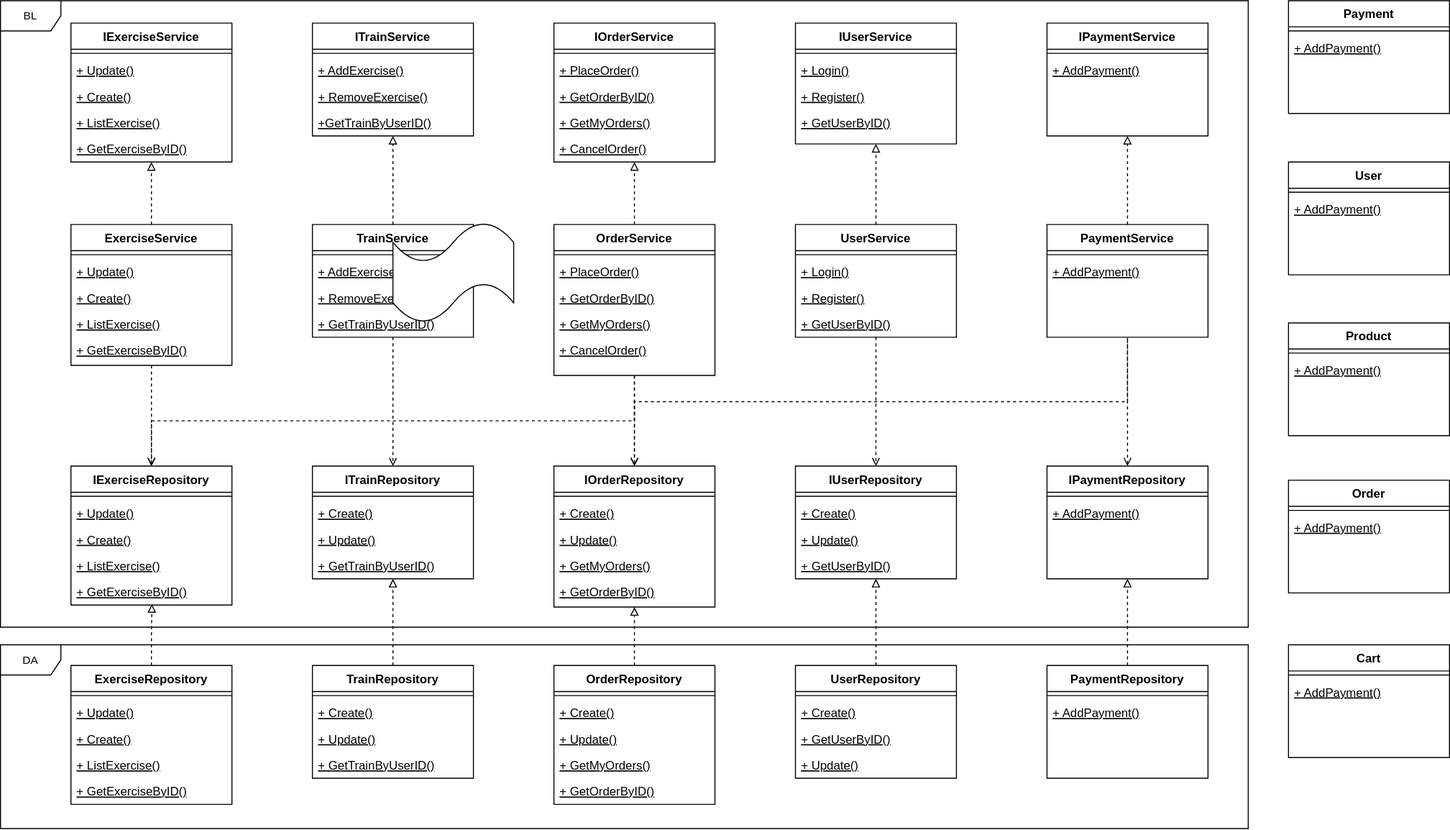
The draw.io diagram schemes/UML.svg in DestroyFolly/SoftwareEngineering, before a commit. Source tidied: cells renumbered, new cells last; positions are measured from the earlier drawing's top-left corner, leaving out a move shared by most shapes.
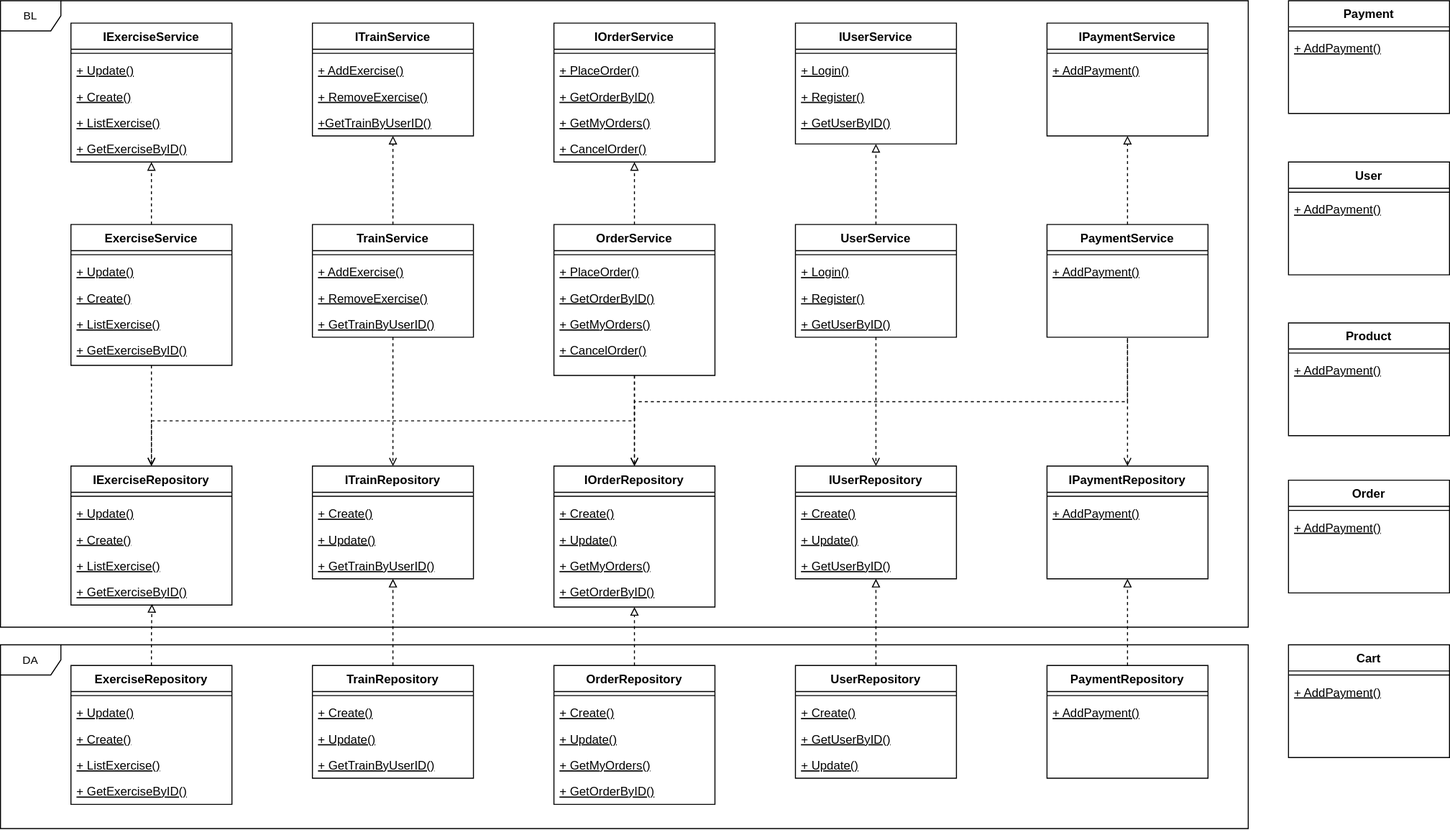
After the change.

What changed in the source:
```diff
@@ -409,8 +409,5 @@
     <mxCell id="136" value="+ AddPayment()" style="text;align=left;verticalAlign=top;spacingLeft=4;spacingRight=4;overflow=hidden;fontStyle=4;" parent="134" vertex="1">
       <mxGeometry y="34" width="160" height="26" as="geometry" />
     </mxCell>
-    <mxCell id="137" style="shape=tape;whiteSpace=wrap;html=1;" parent="1" vertex="1">
-      <mxGeometry x="390" y="220" width="120" height="100" as="geometry" />
-    </mxCell>
   </root>
 </mxGraphModel>
```
